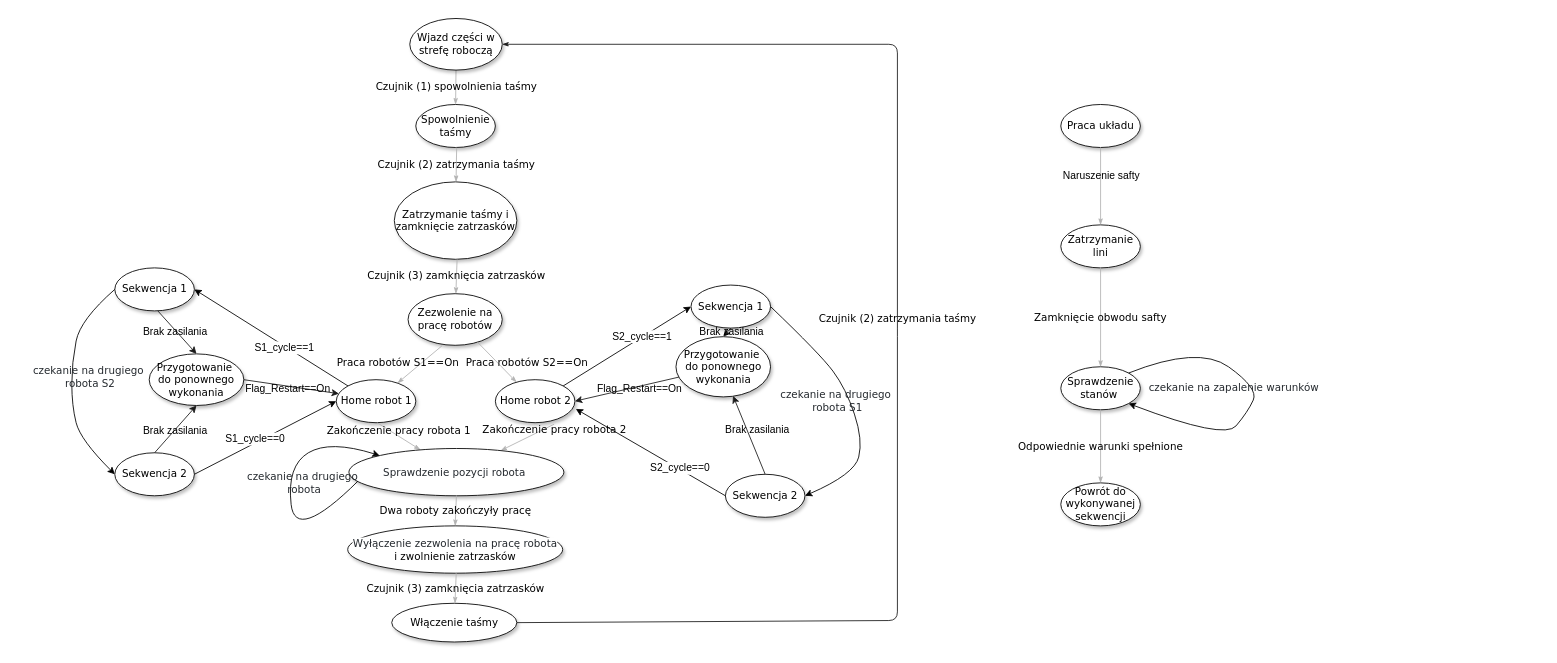
Before: Graf_Safty_Edit.drawio in Jakub-Bielawski/P_TS, a draw.io diagram. Source tidied: cells renumbered, new cells numbered last; positions are measured from the earlier drawing's top-left corner, leaving out a move shared by most shapes. Both pictures are drawn from the tidied source at 86%, with x=0, y=0 at pixel (71, 18).
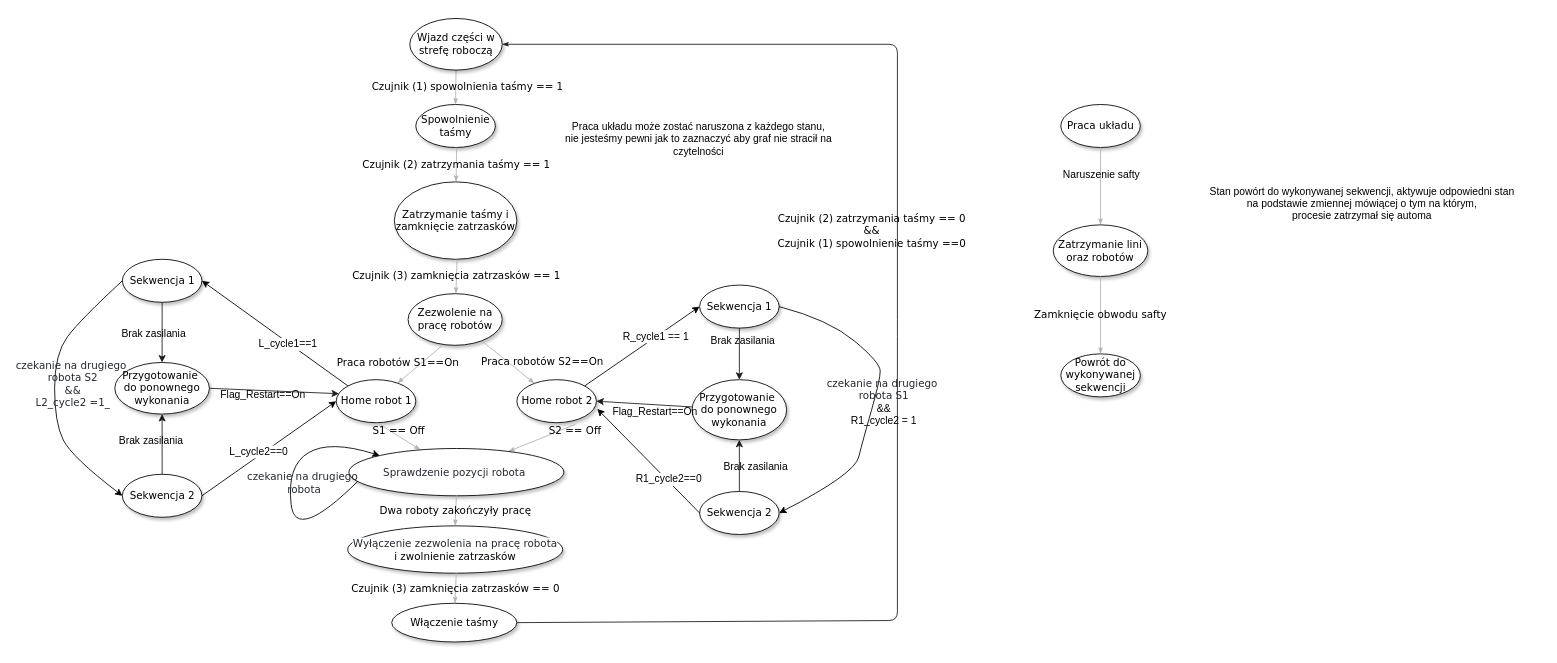
The same page after the edit.

The change refers to these unchanged cells:
```xml
<mxCell id="3" value="Wjazd części w strefę roboczą" style="ellipse;whiteSpace=wrap;html=1;rounded=0;shadow=1;comic=0;labelBackgroundColor=none;strokeWidth=1;fontFamily=Verdana;fontSize=12;align=center;" parent="1" vertex="1">
  <mxGeometry x="393" width="107.5" height="60" as="geometry" />
</mxCell>
<mxCell id="4" value="&lt;span&gt;Spowolnienie taśmy&lt;/span&gt;" style="ellipse;whiteSpace=wrap;html=1;rounded=0;shadow=1;comic=0;labelBackgroundColor=none;strokeWidth=1;fontFamily=Verdana;fontSize=12;align=center;" parent="1" vertex="1">
  <mxGeometry x="400" y="100" width="92.5" height="50" as="geometry" />
</mxCell>
<mxCell id="6" value="&lt;span&gt;Zatrzymanie taśmy i zamknięcie zatrzasków&lt;/span&gt;" style="ellipse;whiteSpace=wrap;html=1;rounded=0;shadow=1;comic=0;labelBackgroundColor=none;strokeWidth=1;fontFamily=Verdana;fontSize=12;align=center;" parent="1" vertex="1">
  <mxGeometry x="375" y="190" width="142.5" height="90" as="geometry" />
</mxCell>
<mxCell id="8" value="&lt;span&gt;Zezwolenie na pracę robotów&lt;/span&gt;" style="ellipse;whiteSpace=wrap;html=1;rounded=0;shadow=1;comic=0;labelBackgroundColor=none;strokeWidth=1;fontFamily=Verdana;fontSize=12;align=center;" parent="1" vertex="1">
  <mxGeometry x="391" y="320" width="109.5" height="60" as="geometry" />
</mxCell>
<mxCell id="15" value="&lt;span style=&quot;color: rgb(36 , 41 , 46) ; font-family: , &amp;#34;consolas&amp;#34; , &amp;#34;liberation mono&amp;#34; , &amp;#34;menlo&amp;#34; , monospace ; white-space: pre ; background-color: rgb(255 , 255 , 255)&quot;&gt;Sprawdzenie pozycji robota &lt;/span&gt;" style="ellipse;whiteSpace=wrap;html=1;rounded=0;shadow=1;comic=0;labelBackgroundColor=none;strokeWidth=1;fontFamily=Verdana;fontSize=12;align=center;" parent="1" vertex="1">
  <mxGeometry x="322.2" y="500" width="250" height="55" as="geometry" />
</mxCell>
<mxCell id="18" value="&lt;span&gt;Włączenie taśmy&lt;/span&gt;" style="ellipse;whiteSpace=wrap;html=1;rounded=0;shadow=1;comic=0;labelBackgroundColor=none;strokeWidth=1;fontFamily=Verdana;fontSize=12;align=center;" parent="1" vertex="1">
  <mxGeometry x="372" y="680" width="145.5" height="45" as="geometry" />
</mxCell>
<mxCell id="23" style="endArrow=classic;html=1;exitX=0;exitY=0;exitDx=0;exitDy=0;entryX=1;entryY=0.5;entryDx=0;entryDy=0;" parent="1" edge="1" source="10" target="25">
  <mxGeometry relative="1" as="geometry" />
</mxCell>
<mxCell id="29" style="endArrow=classic;html=1;exitX=1;exitY=0.5;exitDx=0;exitDy=0;entryX=0;entryY=0.5;entryDx=0;entryDy=0;" parent="1" edge="1" source="26" target="10">
  <mxGeometry relative="1" as="geometry" />
</mxCell>
<mxCell id="35" style="endArrow=classic;html=1;exitX=1;exitY=0;exitDx=0;exitDy=0;entryX=0;entryY=0.5;entryDx=0;entryDy=0;" parent="1" edge="1" source="12" target="31">
  <mxGeometry relative="1" as="geometry" />
</mxCell>
<mxCell id="37" style="endArrow=classic;html=1;exitX=0;exitY=0.5;exitDx=0;exitDy=0;entryX=1.011;entryY=0.68;entryDx=0;entryDy=0;entryPerimeter=0;" parent="1" edge="1" source="32" target="12">
  <mxGeometry relative="1" as="geometry" />
</mxCell>
```

Diff of the diagram source:
```diff
@@
-    <mxCell id="2" value="Czujnik (1) spowolnienia taśmy" style="edgeStyle=none;rounded=1;html=1;labelBackgroundColor=none;startArrow=none;startFill=0;startSize=5;endArrow=classicThin;endFill=1;endSize=5;jettySize=auto;strokeColor=#B3B3B3;strokeWidth=1;fontFamily=Verdana;fontSize=12;" parent="1" edge="1" source="3" target="4">
-      <mxGeometry relative="1" as="geometry" />
+    <mxCell id="2" value="Czujnik (1) spowolnienia taśmy == 1" style="edgeStyle=none;rounded=1;html=1;labelBackgroundColor=none;startArrow=none;startFill=0;startSize=5;endArrow=classicThin;endFill=1;endSize=5;jettySize=auto;strokeColor=#B3B3B3;strokeWidth=1;fontFamily=Verdana;fontSize=12;" parent="1" edge="1" source="3" target="4">
+      <mxGeometry x="-0.01" y="13" relative="1" as="geometry">
+        <mxPoint x="1" as="offset" />
+      </mxGeometry>
     </mxCell>
@@
-    <mxCell id="5" value="Czujnik (2) zatrzymania taśmy" style="edgeStyle=none;rounded=1;html=1;labelBackgroundColor=none;startArrow=none;startFill=0;startSize=5;endArrow=classicThin;endFill=1;endSize=5;jettySize=auto;strokeColor=#B3B3B3;strokeWidth=1;fontFamily=Verdana;fontSize=12;" parent="1" edge="1" target="6">
+    <mxCell id="5" value="Czujnik (2) zatrzymania taśmy == 1" style="edgeStyle=none;rounded=1;html=1;labelBackgroundColor=none;startArrow=none;startFill=0;startSize=5;endArrow=classicThin;endFill=1;endSize=5;jettySize=auto;strokeColor=#B3B3B3;strokeWidth=1;fontFamily=Verdana;fontSize=12;" parent="1" edge="1" target="6">
       <mxGeometry relative="1" as="geometry">
         <mxPoint x="447.5" y="150" as="sourcePoint" />
       </mxGeometry>
     </mxCell>
@@
-    <mxCell id="7" value="Czujnik (3) zamknięcia zatrzasków" style="edgeStyle=none;rounded=1;html=1;labelBackgroundColor=none;startArrow=none;startFill=0;startSize=5;endArrow=classicThin;endFill=1;endSize=5;jettySize=auto;strokeColor=#B3B3B3;strokeWidth=1;fontFamily=Verdana;fontSize=12;" parent="1" edge="1" target="8">
+    <mxCell id="7" value="Czujnik (3) zamknięcia zatrzasków == 1" style="edgeStyle=none;rounded=1;html=1;labelBackgroundColor=none;startArrow=none;startFill=0;startSize=5;endArrow=classicThin;endFill=1;endSize=5;jettySize=auto;strokeColor=#B3B3B3;strokeWidth=1;fontFamily=Verdana;fontSize=12;" parent="1" edge="1" target="8">
       <mxGeometry relative="1" as="geometry">
         <mxPoint x="448" y="280" as="sourcePoint" />
       </mxGeometry>
     </mxCell>
@@
     <mxCell id="12" value="&lt;span&gt;Home robot 2&lt;/span&gt;" style="ellipse;whiteSpace=wrap;html=1;rounded=0;shadow=1;comic=0;labelBackgroundColor=none;strokeWidth=1;fontFamily=Verdana;fontSize=12;align=center;" parent="1" vertex="1">
-      <mxGeometry x="492.5" y="420" width="92.5" height="50" as="geometry" />
+      <mxGeometry x="517.5" y="420" width="92.5" height="50" as="geometry" />
     </mxCell>
-    <mxCell id="13" value="Zakończenie pracy robota 1" style="edgeStyle=none;rounded=1;html=1;labelBackgroundColor=none;startArrow=none;startFill=0;startSize=5;endArrow=classicThin;endFill=1;endSize=5;jettySize=auto;strokeColor=#B3B3B3;strokeWidth=1;fontFamily=Verdana;fontSize=12;" parent="1" edge="1" target="15">
+    <mxCell id="13" value="S1 == Off" style="edgeStyle=none;rounded=1;html=1;labelBackgroundColor=none;startArrow=none;startFill=0;startSize=5;endArrow=classicThin;endFill=1;endSize=5;jettySize=auto;strokeColor=#B3B3B3;strokeWidth=1;fontFamily=Verdana;fontSize=12;" parent="1" edge="1" target="15">
       <mxGeometry x="-0.11" y="5" relative="1" as="geometry">
         <mxPoint x="355" y="470" as="sourcePoint" />
       </mxGeometry>
     </mxCell>
-    <mxCell id="14" value="Zakończenie pracy robota 2" style="edgeStyle=none;rounded=1;html=1;labelBackgroundColor=none;startArrow=none;startFill=0;startSize=5;endArrow=classicThin;endFill=1;endSize=5;jettySize=auto;strokeColor=#B3B3B3;strokeWidth=1;fontFamily=Verdana;fontSize=12;exitX=0.738;exitY=1.036;exitDx=0;exitDy=0;exitPerimeter=0;" parent="1" edge="1" source="12" target="15">
+    <mxCell id="14" value="S2 == Off" style="edgeStyle=none;rounded=1;html=1;labelBackgroundColor=none;startArrow=none;startFill=0;startSize=5;endArrow=classicThin;endFill=1;endSize=5;jettySize=auto;strokeColor=#B3B3B3;strokeWidth=1;fontFamily=Verdana;fontSize=12;exitX=0.738;exitY=1.036;exitDx=0;exitDy=0;exitPerimeter=0;" parent="1" edge="1" source="12" target="15">
       <mxGeometry x="-0.9" y="7" relative="1" as="geometry" />
     </mxCell>
@@
-    <mxCell id="17" value="Czujnik (3) zamknięcia zatrzasków" style="edgeStyle=none;rounded=1;html=1;labelBackgroundColor=none;startArrow=none;startFill=0;startSize=5;endArrow=classicThin;endFill=1;endSize=5;jettySize=auto;strokeColor=#B3B3B3;strokeWidth=1;fontFamily=Verdana;fontSize=12;" parent="1" edge="1" target="18">
+    <mxCell id="17" value="Czujnik (3) zamknięcia zatrzasków == 0" style="edgeStyle=none;rounded=1;html=1;labelBackgroundColor=none;startArrow=none;startFill=0;startSize=5;endArrow=classicThin;endFill=1;endSize=5;jettySize=auto;strokeColor=#B3B3B3;strokeWidth=1;fontFamily=Verdana;fontSize=12;" parent="1" edge="1" target="18">
       <mxGeometry relative="1" as="geometry">
         <mxPoint x="447" y="645" as="sourcePoint" />
       </mxGeometry>
     </mxCell>
@@
-    <mxCell id="19" value="Czujnik (2) zatrzymania taśmy" style="edgeStyle=none;rounded=1;html=1;labelBackgroundColor=none;startArrow=none;startFill=0;startSize=5;endArrow=classicThin;endFill=1;endSize=5;jettySize=auto;strokeColor=#1A1A1A;strokeWidth=1;fontFamily=Verdana;fontSize=12;entryX=1;entryY=0.5;entryDx=0;entryDy=0;exitX=1;exitY=0.5;exitDx=0;exitDy=0;" parent="1" edge="1" source="18" target="3">
-      <mxGeometry x="0.01" relative="1" as="geometry">
+    <mxCell id="19" value="&lt;div&gt;Czujnik (2) zatrzymania taśmy == 0&lt;/div&gt;&lt;div&gt;&amp;amp;&amp;amp;&lt;br&gt;&lt;/div&gt;&lt;div&gt;Czujnik (1) spowolnienie taśmy ==0&lt;br&gt;&lt;/div&gt;" style="edgeStyle=none;rounded=1;html=1;labelBackgroundColor=none;startArrow=none;startFill=0;startSize=5;endArrow=classicThin;endFill=1;endSize=5;jettySize=auto;strokeColor=#1A1A1A;strokeWidth=1;fontFamily=Verdana;fontSize=12;entryX=1;entryY=0.5;entryDx=0;entryDy=0;exitX=1;exitY=0.5;exitDx=0;exitDy=0;" parent="1" edge="1" source="18" target="3">
+      <mxGeometry x="0.14" y="30" relative="1" as="geometry">
         <Array as="points">
           <mxPoint x="960" y="700" />
           <mxPoint x="960" y="360" />
           <mxPoint x="960" y="30" />
         </Array>
       </mxGeometry>
     </mxCell>
@@
-    <mxCell id="24" value="S1_cycle==1" style="text;html=1;align=center;verticalAlign=middle;labelBackgroundColor=#ffffff;" parent="23" vertex="1">
+    <mxCell id="24" value="L_cycle1==1" style="text;html=1;align=center;verticalAlign=middle;labelBackgroundColor=#ffffff;" parent="23" vertex="1">
       <mxGeometry x="-0.18" y="2" relative="1" as="geometry" />
     </mxCell>
     <mxCell id="25" value="&lt;span&gt;Sekwencja 1&lt;/span&gt;" style="ellipse;whiteSpace=wrap;html=1;rounded=0;shadow=1;comic=0;labelBackgroundColor=none;strokeWidth=1;fontFamily=Verdana;fontSize=12;align=center;" parent="1" vertex="1">
-      <mxGeometry x="50" y="290" width="92.5" height="50" as="geometry" />
+      <mxGeometry x="58.8" y="280" width="92.5" height="50" as="geometry" />
     </mxCell>
     <mxCell id="26" value="&lt;span&gt;Sekwencja 2&lt;/span&gt;" style="ellipse;whiteSpace=wrap;html=1;rounded=0;shadow=1;comic=0;labelBackgroundColor=none;strokeWidth=1;fontFamily=Verdana;fontSize=12;align=center;" parent="1" vertex="1">
-      <mxGeometry x="50" y="505" width="92.5" height="50" as="geometry" />
+      <mxGeometry x="58.8" y="530" width="92.5" height="50" as="geometry" />
     </mxCell>
     <mxCell id="27" style="curved=1;endArrow=classic;html=1;exitX=0;exitY=0.5;exitDx=0;exitDy=0;entryX=0;entryY=0.5;entryDx=0;entryDy=0;" parent="1" edge="1" source="25" target="26">
       <mxGeometry relative="1" as="geometry">
         <Array as="points">
           <mxPoint x="10" y="350" />
-          <mxPoint y="400" />
-          <mxPoint y="450" />
-          <mxPoint x="10" y="490" />
+          <mxPoint x="-20" y="390" />
+          <mxPoint x="-20" y="470" />
+          <mxPoint y="510" />
         </Array>
       </mxGeometry>
     </mxCell>
-    <mxCell id="28" value="&lt;span style=&quot;color: rgb(36 , 41 , 46) ; font-family: &amp;#34;verdana&amp;#34; ; white-space: pre&quot;&gt;czekanie na drugiego &lt;br&gt;robota S2&lt;/span&gt;" style="text;html=1;align=center;verticalAlign=middle;labelBackgroundColor=none;" parent="27" vertex="1">
+    <mxCell id="28" value="&lt;span style=&quot;color: rgb(36 , 41 , 46) ; font-family: &amp;#34;verdana&amp;#34; ; white-space: pre&quot;&gt;czekanie na drugiego &lt;br&gt;&lt;/span&gt;&lt;div&gt;&lt;span style=&quot;color: rgb(36 , 41 , 46) ; font-family: &amp;#34;verdana&amp;#34; ; white-space: pre&quot;&gt;robota S2&lt;/span&gt;&lt;/div&gt;&lt;div&gt;&lt;span style=&quot;color: rgb(36 , 41 , 46) ; font-family: &amp;#34;verdana&amp;#34; ; white-space: pre&quot;&gt;&amp;amp;&amp;amp;&lt;/span&gt;&lt;/div&gt;&lt;div&gt;&lt;span style=&quot;color: rgb(36 , 41 , 46) ; font-family: &amp;#34;verdana&amp;#34; ; white-space: pre&quot;&gt;L2_cycle2 =1_&lt;br&gt;&lt;/span&gt;&lt;/div&gt;" style="text;html=1;align=center;verticalAlign=middle;labelBackgroundColor=none;" parent="27" vertex="1">
       <mxGeometry x="-0.04" y="-5" relative="1" as="geometry">
         <mxPoint x="25" as="offset" />
       </mxGeometry>
     </mxCell>
@@
-    <mxCell id="30" value="S1_cycle==0" style="text;html=1;align=center;verticalAlign=middle;labelBackgroundColor=#ffffff;" parent="29" vertex="1">
+    <mxCell id="30" value="L_cycle2==0" style="text;html=1;align=center;verticalAlign=middle;labelBackgroundColor=#ffffff;" parent="29" vertex="1">
       <mxGeometry x="-0.13" y="5" relative="1" as="geometry" />
     </mxCell>
     <mxCell id="31" value="&lt;span&gt;Sekwencja 1&lt;/span&gt;" style="ellipse;whiteSpace=wrap;html=1;rounded=0;shadow=1;comic=0;labelBackgroundColor=none;strokeWidth=1;fontFamily=Verdana;fontSize=12;align=center;" parent="1" vertex="1">
-      <mxGeometry x="720" y="310" width="92.5" height="50" as="geometry" />
+      <mxGeometry x="730" y="310" width="92.5" height="50" as="geometry" />
     </mxCell>
     <mxCell id="32" value="&lt;span&gt;Sekwencja 2&lt;br&gt;&lt;/span&gt;" style="ellipse;whiteSpace=wrap;html=1;rounded=0;shadow=1;comic=0;labelBackgroundColor=none;strokeWidth=1;fontFamily=Verdana;fontSize=12;align=center;" parent="1" vertex="1">
-      <mxGeometry x="760" y="530" width="92.5" height="50" as="geometry" />
+      <mxGeometry x="730" y="550" width="92.5" height="50" as="geometry" />
     </mxCell>
     <mxCell id="33" style="curved=1;endArrow=classic;html=1;exitX=1;exitY=0.5;exitDx=0;exitDy=0;entryX=1;entryY=0.5;entryDx=0;entryDy=0;" parent="1" edge="1" source="31" target="32">
       <mxGeometry relative="1" as="geometry">
         <Array as="points">
-          <mxPoint x="870" y="390" />
-          <mxPoint x="900" y="430" />
+          <mxPoint x="880" y="350" />
+          <mxPoint x="940" y="400" />
+          <mxPoint x="940" y="420" />
           <mxPoint x="920" y="490" />
           <mxPoint x="910" y="530" />
         </Array>
       </mxGeometry>
     </mxCell>
-    <mxCell id="34" value="&lt;span style=&quot;color: rgb(36 , 41 , 46) ; font-family: &amp;#34;verdana&amp;#34; ; white-space: pre&quot;&gt;czekanie na drugiego &lt;br&gt;robota S1&lt;br/&gt;&lt;/span&gt;" style="text;html=1;align=center;verticalAlign=middle;labelBackgroundColor=none;" parent="33" vertex="1">
+    <mxCell id="34" value="&lt;span style=&quot;color: rgb(36 , 41 , 46) ; font-family: &amp;#34;verdana&amp;#34; ; white-space: pre&quot;&gt;czekanie na drugiego &lt;br&gt;&lt;/span&gt;&lt;div&gt;&lt;span style=&quot;color: rgb(36 , 41 , 46) ; font-family: &amp;#34;verdana&amp;#34; ; white-space: pre&quot;&gt;robota S1&lt;br&gt;&lt;/span&gt;&lt;/div&gt;&lt;div&gt;&amp;amp;&amp;amp;&lt;/div&gt;&lt;div&gt;R1_cycle2 = 1&lt;br&gt;&lt;span style=&quot;color: rgb(36 , 41 , 46) ; font-family: &amp;#34;verdana&amp;#34; ; white-space: pre&quot;&gt;&lt;/span&gt;&lt;/div&gt;&lt;div&gt;&lt;span style=&quot;color: rgb(36 , 41 , 46) ; font-family: &amp;#34;verdana&amp;#34; ; white-space: pre&quot;&gt;&lt;/span&gt;&lt;/div&gt;" style="text;html=1;align=center;verticalAlign=middle;labelBackgroundColor=none;" parent="33" vertex="1">
       <mxGeometry x="-0.04" y="-5" relative="1" as="geometry">
-        <mxPoint x="-9.3" y="1.3" as="offset" />
+        <mxPoint x="14.3" y="7.1" as="offset" />
       </mxGeometry>
     </mxCell>
@@
-    <mxCell id="36" value="S2_cycle==1" style="text;html=1;align=center;verticalAlign=middle;labelBackgroundColor=#ffffff;" parent="35" vertex="1">
+    <mxCell id="36" value="R_cycle1 == 1" style="text;html=1;align=center;verticalAlign=middle;labelBackgroundColor=#ffffff;" parent="35" vertex="1">
       <mxGeometry x="0.24" y="1" relative="1" as="geometry" />
     </mxCell>
@@
-    <mxCell id="38" value="S2_cycle==0" style="text;html=1;align=center;verticalAlign=middle;labelBackgroundColor=#ffffff;" parent="37" vertex="1">
+    <mxCell id="38" value="R1_cycle2==0" style="text;html=1;align=center;verticalAlign=middle;labelBackgroundColor=#ffffff;" parent="37" vertex="1">
       <mxGeometry x="-0.36" y="-1" relative="1" as="geometry">
         <mxPoint x="1" as="offset" />
       </mxGeometry>
     </mxCell>
-    <mxCell id="39" value="&lt;span&gt;Sprawdzenie stanów&amp;nbsp;&lt;/span&gt;" style="ellipse;whiteSpace=wrap;html=1;rounded=0;shadow=1;comic=0;labelBackgroundColor=none;strokeWidth=1;fontFamily=Verdana;fontSize=12;align=center;" parent="1" vertex="1">
-      <mxGeometry x="1150" y="405" width="92.5" height="50" as="geometry" />
-    </mxCell>
@@
-    <mxCell id="41" value="Zatrzymanie lini" style="ellipse;whiteSpace=wrap;html=1;rounded=0;shadow=1;comic=0;labelBackgroundColor=none;strokeWidth=1;fontFamily=Verdana;fontSize=12;align=center;" parent="1" vertex="1">
-      <mxGeometry x="1150" y="240" width="92.5" height="50" as="geometry" />
+    <mxCell id="41" value="Zatrzymanie lini oraz robotów" style="ellipse;whiteSpace=wrap;html=1;rounded=0;shadow=1;comic=0;labelBackgroundColor=none;strokeWidth=1;fontFamily=Verdana;fontSize=12;align=center;" parent="1" vertex="1">
+      <mxGeometry x="1141.2" y="240" width="110" height="60" as="geometry" />
     </mxCell>
@@
-    <mxCell id="44" value="Zamknięcie obwodu safty" style="edgeStyle=none;rounded=1;html=1;labelBackgroundColor=none;startArrow=none;startFill=0;startSize=5;endArrow=classicThin;endFill=1;endSize=5;jettySize=auto;strokeColor=#B3B3B3;strokeWidth=1;fontFamily=Verdana;fontSize=12;exitX=0.5;exitY=1;exitDx=0;exitDy=0;entryX=0.5;entryY=0;entryDx=0;entryDy=0;" parent="1" edge="1" source="41" target="39">
+    <mxCell id="44" value="Zamknięcie obwodu safty" style="edgeStyle=none;rounded=1;html=1;labelBackgroundColor=none;startArrow=none;startFill=0;startSize=5;endArrow=classicThin;endFill=1;endSize=5;jettySize=auto;strokeColor=#B3B3B3;strokeWidth=1;fontFamily=Verdana;fontSize=12;exitX=0.5;exitY=1;exitDx=0;exitDy=0;" parent="1" edge="1" source="41" target="46">
       <mxGeometry relative="1" as="geometry" />
     </mxCell>
-    <mxCell id="45" value="Odpowiednie warunki spełnione" style="edgeStyle=none;rounded=1;html=1;labelBackgroundColor=none;startArrow=none;startFill=0;startSize=5;endArrow=classicThin;endFill=1;endSize=5;jettySize=auto;strokeColor=#B3B3B3;strokeWidth=1;fontFamily=Verdana;fontSize=12;exitX=0.5;exitY=1;exitDx=0;exitDy=0;entryX=0.5;entryY=0;entryDx=0;entryDy=0;" parent="1" edge="1" source="39" target="46">
-      <mxGeometry relative="1" as="geometry" />
-    </mxCell>
     <mxCell id="46" value="&lt;span&gt;Powrót do wykonywanej sekwencji&lt;/span&gt;" style="ellipse;whiteSpace=wrap;html=1;rounded=0;shadow=1;comic=0;labelBackgroundColor=none;strokeWidth=1;fontFamily=Verdana;fontSize=12;align=center;" parent="1" vertex="1">
-      <mxGeometry x="1150" y="540" width="92.5" height="50" as="geometry" />
+      <mxGeometry x="1150" y="390" width="92.5" height="50" as="geometry" />
     </mxCell>
-    <mxCell id="47" style="curved=1;endArrow=classic;html=1;exitX=1;exitY=0;exitDx=0;exitDy=0;entryX=1;entryY=1;entryDx=0;entryDy=0;" parent="1" edge="1" source="39" target="39">
-      <mxGeometry relative="1" as="geometry">
-        <Array as="points">
-          <mxPoint x="1310" y="380" />
-          <mxPoint x="1380" y="430" />
-          <mxPoint x="1367.5" y="457.5" />
-          <mxPoint x="1340" y="490" />
-        </Array>
-      </mxGeometry>
-    </mxCell>
-    <mxCell id="48" value="&lt;span style=&quot;color: rgb(36 , 41 , 46) ; font-family: &amp;#34;verdana&amp;#34; ; white-space: pre&quot;&gt;czekanie na zapalenie warunków&lt;br&gt;&lt;/span&gt;" style="text;html=1;align=center;verticalAlign=middle;labelBackgroundColor=none;" parent="47" vertex="1">
-      <mxGeometry x="-0.04" y="-5" relative="1" as="geometry">
-        <mxPoint x="-24.6" y="0.2" as="offset" />
-      </mxGeometry>
-    </mxCell>
     <mxCell id="49" value="Przygotowanie&amp;nbsp;&lt;br&gt;do ponownego wykonania" style="ellipse;whiteSpace=wrap;html=1;rounded=0;shadow=1;comic=0;labelBackgroundColor=none;strokeWidth=1;fontFamily=Verdana;fontSize=12;align=center;" parent="1" vertex="1">
-      <mxGeometry x="90" y="390" width="110" height="60" as="geometry" />
+      <mxGeometry x="50" y="400" width="110" height="60" as="geometry" />
     </mxCell>
     <mxCell id="50" value="Przygotowanie&amp;nbsp;&lt;br&gt;do ponownego wykonania" style="ellipse;whiteSpace=wrap;html=1;rounded=0;shadow=1;comic=0;labelBackgroundColor=none;strokeWidth=1;fontFamily=Verdana;fontSize=12;align=center;" parent="1" vertex="1">
-      <mxGeometry x="702.5" y="370" width="110" height="70" as="geometry" />
+      <mxGeometry x="721.2" y="420" width="110" height="70" as="geometry" />
     </mxCell>
-    <mxCell id="51" style="endArrow=classic;html=1;strokeColor=#1A1A1A;entryX=0.5;entryY=0;entryDx=0;entryDy=0;exitX=0.5;exitY=1;exitDx=0;exitDy=0;" parent="1" edge="1" source="31" target="50">
+    <mxCell id="51" style="endArrow=classic;html=1;strokeColor=#1A1A1A;exitX=0.5;exitY=1;exitDx=0;exitDy=0;" parent="1" edge="1" source="31" target="50">
       <mxGeometry relative="1" as="geometry" />
     </mxCell>
@@
-    <mxCell id="53" style="endArrow=classic;html=1;strokeColor=#1A1A1A;entryX=0.604;entryY=0.985;entryDx=0;entryDy=0;exitX=0.5;exitY=0;exitDx=0;exitDy=0;entryPerimeter=0;" parent="1" edge="1" source="32" target="50">
+    <mxCell id="53" style="endArrow=classic;html=1;strokeColor=#1A1A1A;exitX=0.5;exitY=0;exitDx=0;exitDy=0;" parent="1" edge="1" source="32" target="50">
       <mxGeometry relative="1" as="geometry" />
     </mxCell>
@@
-    <mxCell id="57" style="endArrow=classic;html=1;strokeColor=#1A1A1A;entryX=0.5;entryY=0;entryDx=0;entryDy=0;exitX=0.5;exitY=1;exitDx=0;exitDy=0;" parent="1" edge="1" target="49">
-      <mxGeometry relative="1" as="geometry">
-        <mxPoint x="100" y="340" as="sourcePoint" />
-      </mxGeometry>
+    <mxCell id="57" style="endArrow=classic;html=1;strokeColor=#1A1A1A;entryX=0.5;entryY=0;entryDx=0;entryDy=0;" parent="1" edge="1" source="25" target="49">
+      <mxGeometry relative="1" as="geometry" />
     </mxCell>
@@
+    <mxCell id="63" value="&lt;div&gt;Praca układu może zostać naruszona z każdego stanu,&lt;/div&gt;&lt;div&gt;nie jesteśmy pewni jak to zaznaczyć aby graf nie stracił na czytelności &lt;br&gt; &lt;/div&gt;" style="text;html=1;strokeColor=none;fillColor=none;align=center;verticalAlign=middle;whiteSpace=wrap;rounded=0;" parent="1" vertex="1">
+      <mxGeometry x="559" y="90" width="340" height="100" as="geometry" />
+    </mxCell>
+    <mxCell id="64" value="&lt;div&gt;Stan powórt do wykonywanej sekwencji, aktywuje odpowiedni stan&lt;/div&gt;&lt;div&gt;na podstawie zmiennej mówiącej o tym na którym,&lt;/div&gt;&lt;div&gt; procesie zatrzymał się automa&lt;/div&gt;&lt;br&gt;&lt;div&gt;&lt;br&gt;&lt;/div&gt;" style="text;html=1;align=center;verticalAlign=middle;" parent="1" vertex="1">
+      <mxGeometry x="1290" y="190" width="420" height="80" as="geometry" />
+    </mxCell>
```
